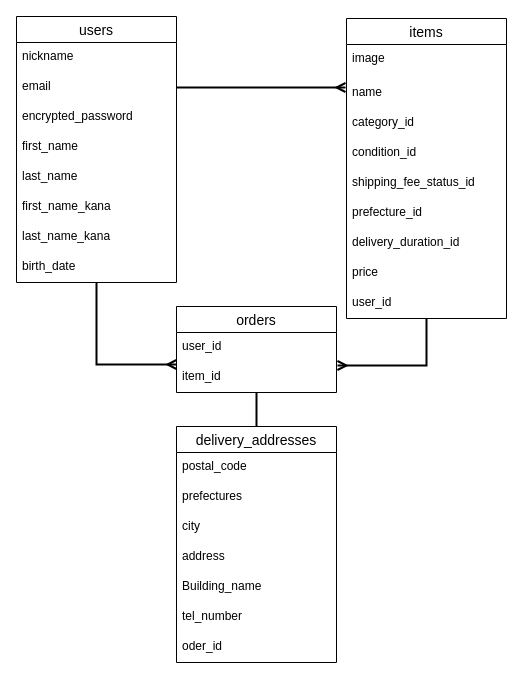
Above: ER.dio in gohanndaisuki/furima-38713 (draw.io), before the change. Source tidied: cells renumbered, new cells numbered last; positions are measured from the earlier drawing's top-left corner, leaving out a move shared by most shapes. Both pictures are drawn from the tidied source at 100%, with x=0, y=0 at pixel (16, 16).
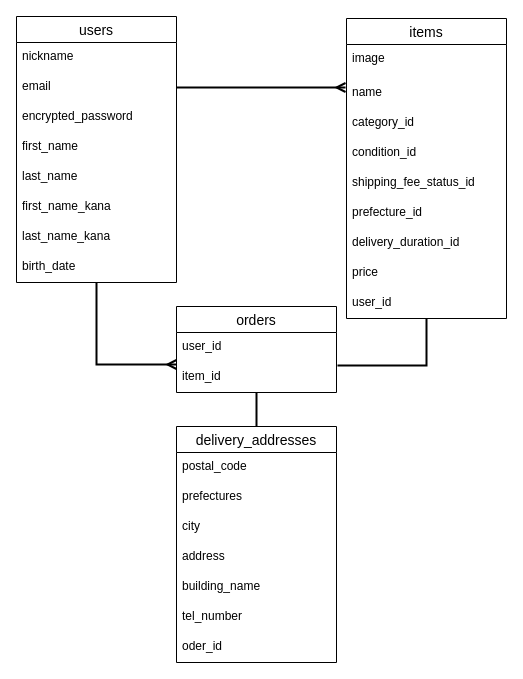
The same page after the edit.

Unchanged cells that the change refers to:
```xml
<mxCell id="13" value="items" style="swimlane;fontStyle=0;horizontal=1;startSize=26;align=center;fontSize=14;" parent="1" vertex="1">
  <mxGeometry x="330" y="2" width="160" height="300" as="geometry" />
</mxCell>
<mxCell id="26" value="item_id" style="text;strokeColor=none;fillColor=none;spacingLeft=4;spacingRight=4;overflow=hidden;points=[[0,0.5],[1,0.5]];portConstraint=eastwest;fontSize=12;" parent="24" vertex="1">
  <mxGeometry y="56" width="160" height="30" as="geometry" />
</mxCell>
<mxCell id="27" value="delivery_addresses" style="swimlane;fontStyle=0;horizontal=1;startSize=26;align=center;fontSize=14;" parent="1" vertex="1">
  <mxGeometry x="160" y="410" width="160" height="236" as="geometry" />
</mxCell>
```

Change to the diagram source:
```diff
@@
-    <mxCell id="12" style="edgeStyle=orthogonalEdgeStyle;rounded=0;jumpSize=4;html=1;entryX=1.006;entryY=0.1;entryDx=0;entryDy=0;entryPerimeter=0;endArrow=ERmany;endFill=0;strokeWidth=2;" parent="1" edge="1" source="13" target="26">
+    <mxCell id="12" style="edgeStyle=orthogonalEdgeStyle;rounded=0;jumpSize=4;html=1;entryX=1.006;entryY=0.1;entryDx=0;entryDy=0;entryPerimeter=0;endArrow=none;endFill=0;strokeWidth=2;" parent="1" edge="1" source="13" target="26">
       <mxGeometry relative="1" as="geometry" />
     </mxCell>
@@
-    <mxCell id="32" value="Building_name" style="text;strokeColor=none;fillColor=none;spacingLeft=4;spacingRight=4;overflow=hidden;fontSize=12;" parent="27" vertex="1">
+    <mxCell id="32" value="building_name" style="text;strokeColor=none;fillColor=none;spacingLeft=4;spacingRight=4;overflow=hidden;fontSize=12;" parent="27" vertex="1">
       <mxGeometry y="146" width="160" height="30" as="geometry" />
     </mxCell>
```
